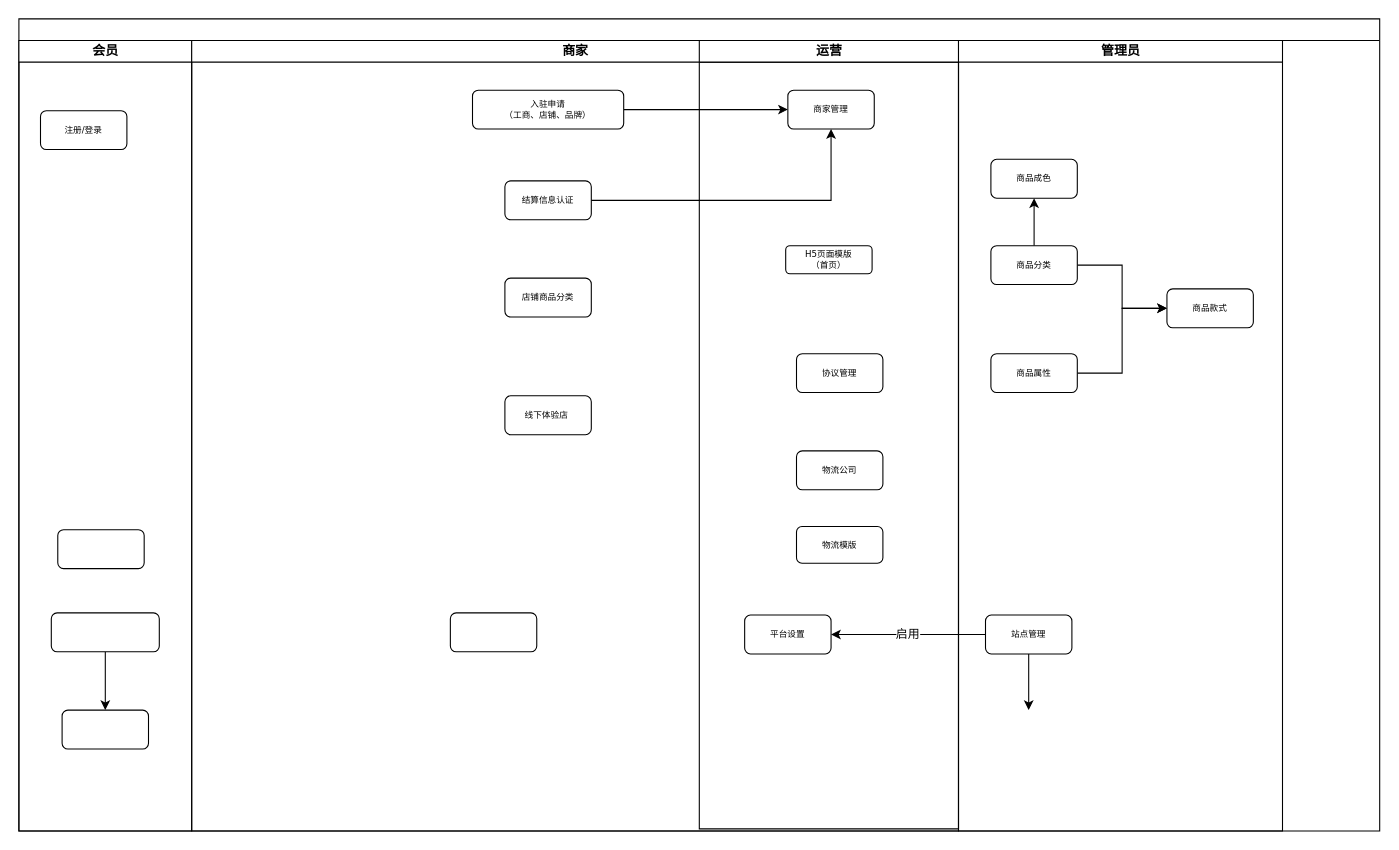
ics86/ThisIsTest keeps this draw.io diagram as page "产业链" (2 of 3) of Untitled Diagram.drawio. Above is the earlier version. Source tidied: cells renumbered, new cells numbered last; positions are measured from the earlier drawing's top-left corner, leaving out a move shared by most shapes. Both pictures are drawn from the tidied source at 108%, with x=0, y=0 at pixel (18, 18).
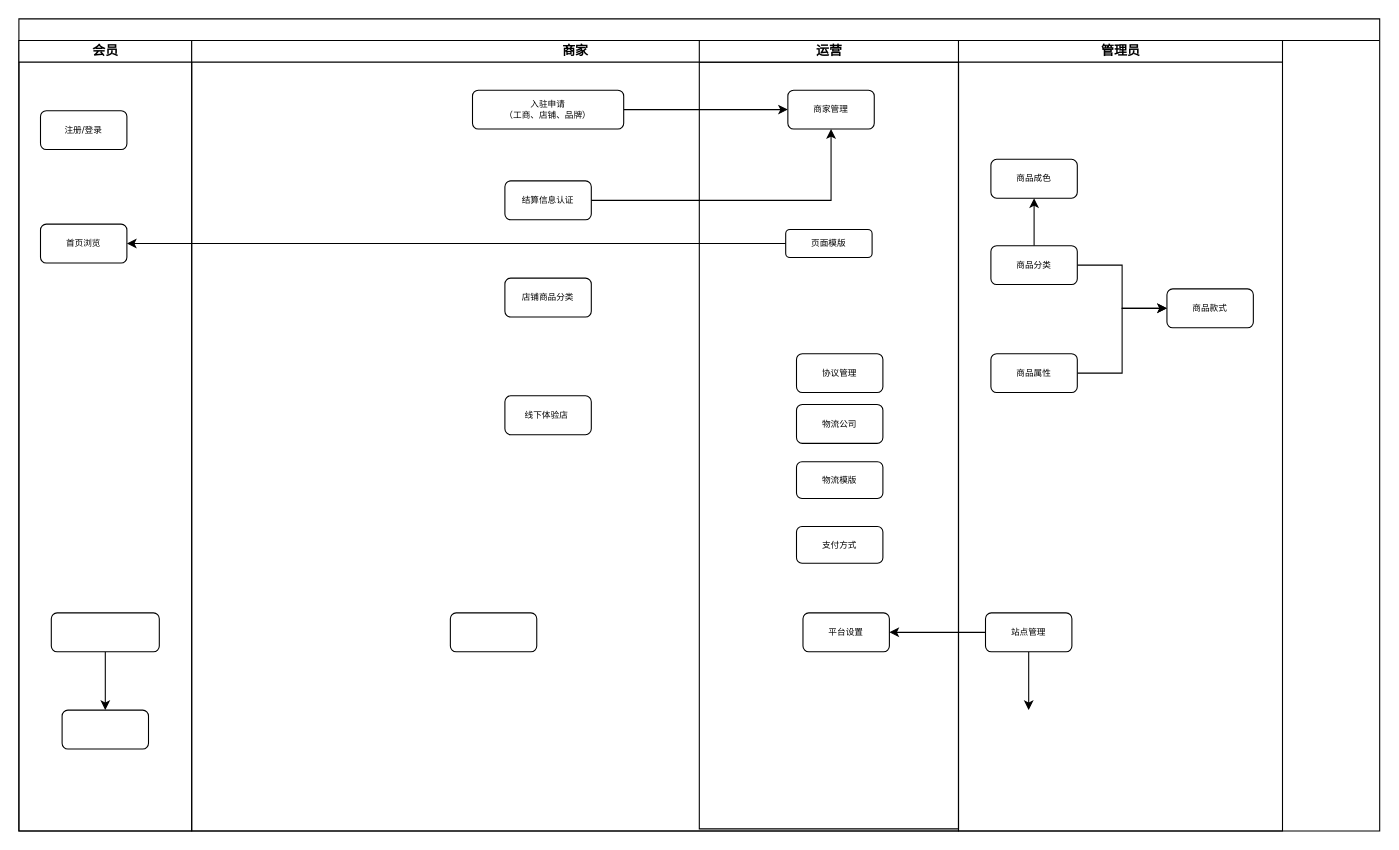
Above is the later version.

The change refers to these unchanged cells:
```xml
<mxCell id="2" style="swimlane;html=1;startSize=20;rounded=0;shadow=0;labelBackgroundColor=none;strokeColor=#000000;strokeWidth=1;fillColor=#ffffff;fontFamily=Verdana;fontSize=8;fontColor=#000000;align=center;" parent="1" vertex="1">
  <mxGeometry width="1260" height="752" as="geometry" />
</mxCell>
<mxCell id="3" value="会员" style="swimlane;html=1;startSize=20;" parent="2" vertex="1">
  <mxGeometry y="20" width="160" height="732" as="geometry" />
</mxCell>
<mxCell id="13" value="运营" style="swimlane;html=1;startSize=20;" parent="8" vertex="1">
  <mxGeometry x="470" width="240" height="730" as="geometry" />
</mxCell>
<mxCell id="24" value="管理员" style="swimlane;html=1;startSize=20;" parent="2" vertex="1">
  <mxGeometry x="870" y="20" width="300" height="732" as="geometry" />
</mxCell>
```

Change to the diagram source:
```diff
@@
-    <mxCell id="4" style="rounded=1;whiteSpace=wrap;html=1;shadow=0;labelBackgroundColor=none;strokeColor=#000000;strokeWidth=1;fillColor=#ffffff;fontFamily=Verdana;fontSize=8;fontColor=#000000;align=center;" parent="3" vertex="1">
-      <mxGeometry x="36" y="453" width="80" height="36" as="geometry" />
+    <mxCell id="4" value="首页浏览" style="rounded=1;whiteSpace=wrap;html=1;shadow=0;labelBackgroundColor=none;strokeColor=#000000;strokeWidth=1;fillColor=#ffffff;fontFamily=Verdana;fontSize=8;fontColor=#000000;align=center;" parent="3" vertex="1">
+      <mxGeometry x="20" y="170" width="80" height="36" as="geometry" />
     </mxCell>
@@
     <mxCell id="15" value="平台设置" style="rounded=1;whiteSpace=wrap;html=1;shadow=0;labelBackgroundColor=none;strokeColor=#000000;strokeWidth=1;fillColor=#ffffff;fontFamily=Verdana;fontSize=8;fontColor=#000000;align=center;" parent="13" vertex="1">
-      <mxGeometry x="42" y="532" width="80" height="36" as="geometry" />
+      <mxGeometry x="96" y="530" width="80" height="36" as="geometry" />
     </mxCell>
-    <mxCell id="16" value="H5页面模版&lt;br&gt;（首页）" style="rounded=1;whiteSpace=wrap;html=1;shadow=0;labelBackgroundColor=none;strokeColor=#000000;strokeWidth=1;fillColor=#ffffff;fontFamily=Verdana;fontSize=8;fontColor=#000000;align=center;" parent="13" vertex="1">
-      <mxGeometry x="80" y="190" width="80" height="26" as="geometry" />
+    <mxCell id="16" value="页面模版" style="rounded=1;whiteSpace=wrap;html=1;shadow=0;labelBackgroundColor=none;strokeColor=#000000;strokeWidth=1;fillColor=#ffffff;fontFamily=Verdana;fontSize=8;fontColor=#000000;align=center;" parent="13" vertex="1">
+      <mxGeometry x="80" y="175" width="80" height="26" as="geometry" />
     </mxCell>
@@
     <mxCell id="18" value="物流公司" style="rounded=1;whiteSpace=wrap;html=1;shadow=0;labelBackgroundColor=none;strokeColor=#000000;strokeWidth=1;fillColor=#ffffff;fontFamily=Verdana;fontSize=8;fontColor=#000000;align=center;" parent="13" vertex="1">
-      <mxGeometry x="90" y="380" width="80" height="36" as="geometry" />
+      <mxGeometry x="90" y="337" width="80" height="36" as="geometry" />
     </mxCell>
     <mxCell id="19" value="物流模版" style="rounded=1;whiteSpace=wrap;html=1;shadow=0;labelBackgroundColor=none;strokeColor=#000000;strokeWidth=1;fillColor=#ffffff;fontFamily=Verdana;fontSize=8;fontColor=#000000;align=center;" parent="13" vertex="1">
-      <mxGeometry x="90" y="450" width="80" height="34" as="geometry" />
+      <mxGeometry x="90" y="390" width="80" height="34" as="geometry" />
     </mxCell>
+    <mxCell id="35" value="支付方式" style="rounded=1;whiteSpace=wrap;html=1;shadow=0;labelBackgroundColor=none;strokeColor=#000000;strokeWidth=1;fillColor=#ffffff;fontFamily=Verdana;fontSize=8;fontColor=#000000;align=center;" parent="13" vertex="1">
+      <mxGeometry x="90" y="450" width="80" height="34" as="geometry" />
+    </mxCell>
@@
     <mxCell id="26" value="站点管理" style="rounded=1;whiteSpace=wrap;html=1;shadow=0;labelBackgroundColor=none;strokeColor=#000000;strokeWidth=1;fillColor=#ffffff;fontFamily=Verdana;fontSize=8;fontColor=#000000;align=center;" parent="24" vertex="1">
-      <mxGeometry x="25" y="532" width="80" height="36" as="geometry" />
+      <mxGeometry x="25" y="530" width="80" height="36" as="geometry" />
     </mxCell>
@@
-    <mxCell id="34" value="启用" style="edgeStyle=orthogonalEdgeStyle;rounded=0;jettySize=auto;html=1;" parent="2" edge="1" source="26" target="15">
+    <mxCell id="34" style="edgeStyle=orthogonalEdgeStyle;rounded=0;jettySize=auto;html=1;" parent="2" edge="1" source="26" target="15">
       <mxGeometry relative="1" as="geometry" />
     </mxCell>
+    <mxCell id="36" style="edgeStyle=orthogonalEdgeStyle;rounded=0;jettySize=auto;html=1;" parent="2" edge="1" source="16" target="4">
+      <mxGeometry relative="1" as="geometry" />
+    </mxCell>
```
